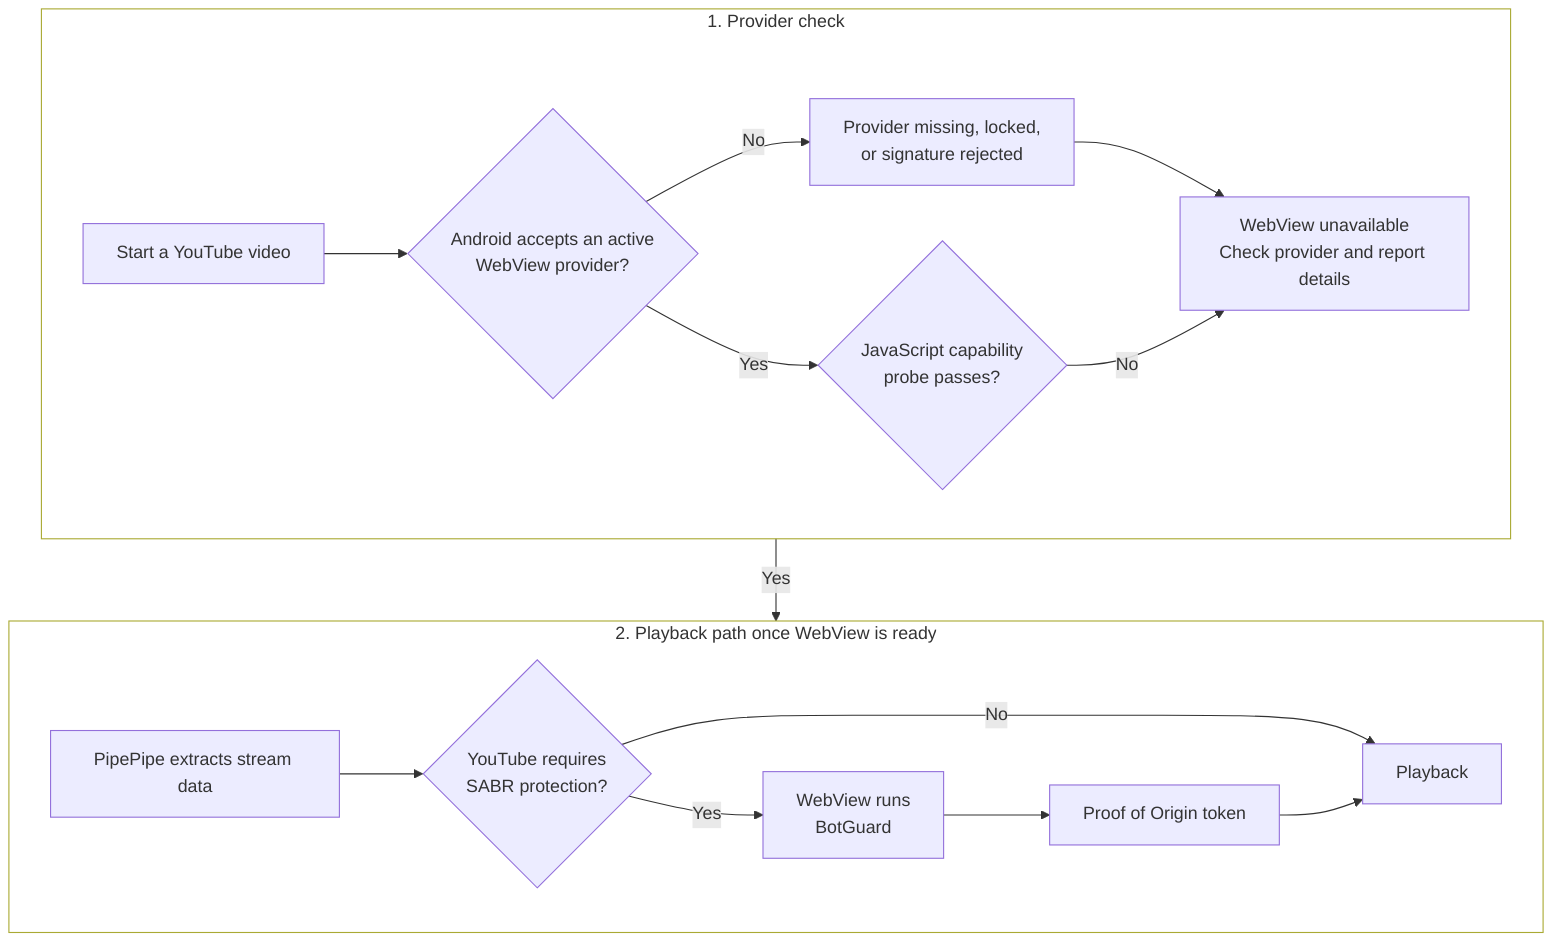
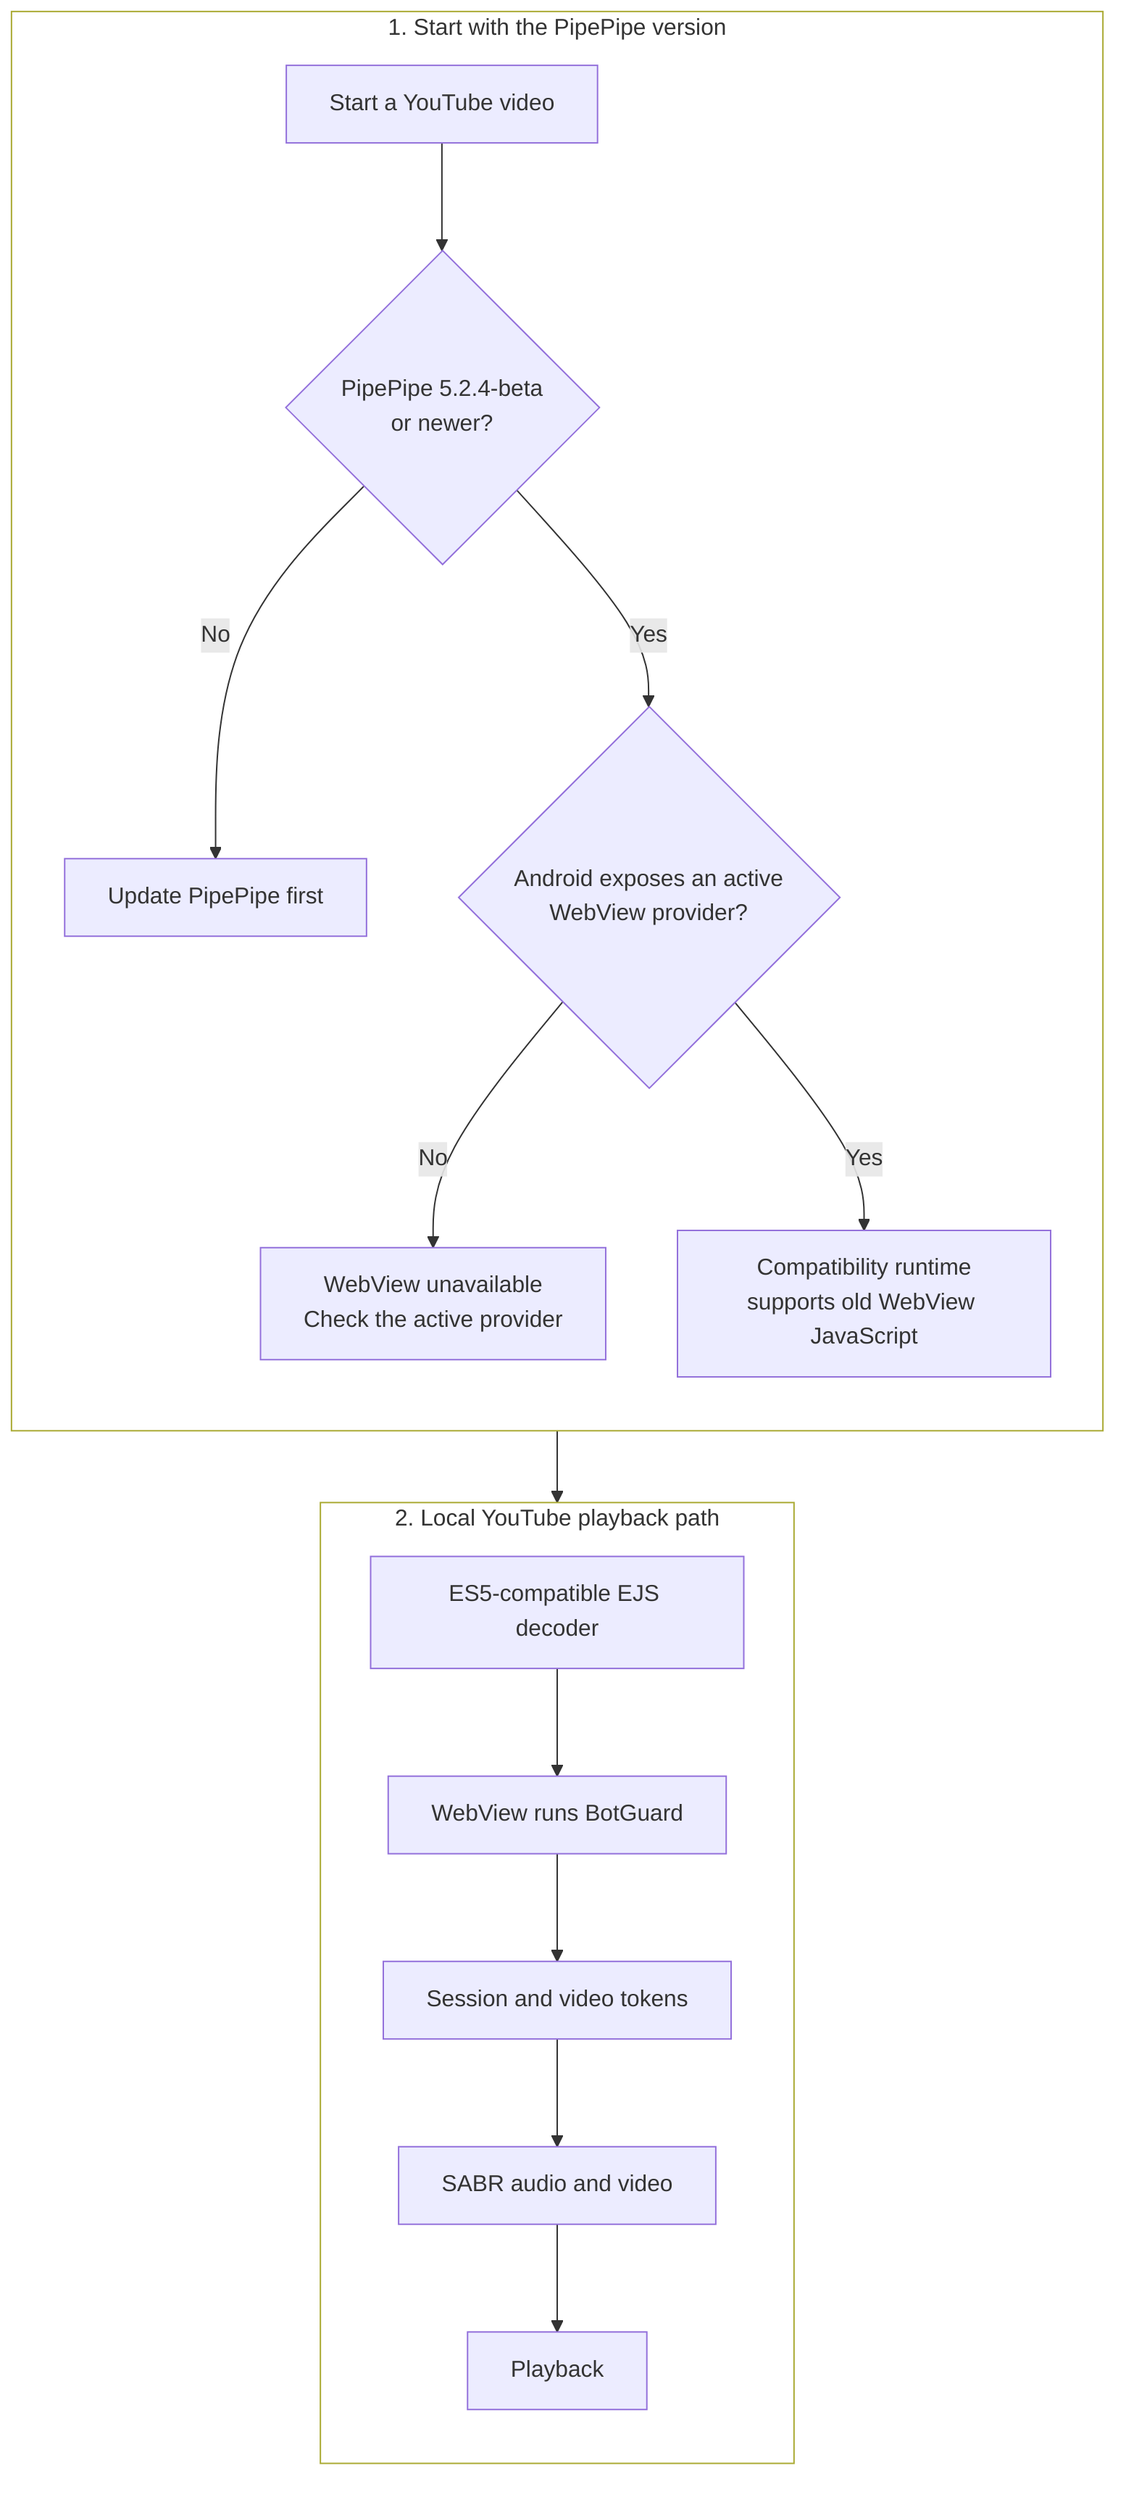
flowchart TB
-   subgraph CHECKS["1. Provider check"]
-     direction LR
-     START["Start a YouTube video"] --> PROVIDER{"Android accepts an active<br/>WebView provider?"}
-     PROVIDER -- "No" --> LOCKED["Provider missing, locked,<br/>or signature rejected"]
-     LOCKED --> ERROR["WebView unavailable<br/>Check provider and report details"]
-     PROVIDER -- "Yes" --> PROBE{"JavaScript capability<br/>probe passes?"}
-     PROBE -- "No" --> ERROR
+   subgraph CHECKS["1. Start with the PipePipe version"]
+     direction TB
+     START["Start a YouTube video"] --> VERSION{"PipePipe 5.2.4-beta<br/>or newer?"}
+     VERSION -- "No" --> UPDATE["Update PipePipe first"]
+     VERSION -- "Yes" --> PROVIDER{"Android exposes an active<br/>WebView provider?"}
+     PROVIDER -- "No" --> ERROR["WebView unavailable<br/>Check the active provider"]
+     PROVIDER -- "Yes" --> COMPAT["Compatibility runtime<br/>supports old WebView JavaScript"]
  end

-   PROBE -- "Yes" --> DELIVERY
+   COMPAT --> DELIVERY

-   subgraph DELIVERY["2. Playback path once WebView is ready"]
-     direction LR
-     EXTRACT["PipePipe extracts stream data"] --> SABR{"YouTube requires<br/>SABR protection?"}
-     SABR -- "No" --> PLAY["Playback"]
-     SABR -- "Yes" --> BOT["WebView runs<br/>BotGuard"]
-     BOT --> TOKEN["Proof of Origin token"]
-     TOKEN --> PLAY
+   subgraph DELIVERY["2. Local YouTube playback path"]
+     direction TB
+     EJS["ES5-compatible EJS decoder"] --> BOT["WebView runs BotGuard"]
+     BOT --> TOKEN["Session and video tokens"]
+     TOKEN --> SABR["SABR audio and video"]
+     SABR --> PLAY["Playback"]
  end

  style CHECKS fill:transparent
  style DELIVERY fill:transparent
